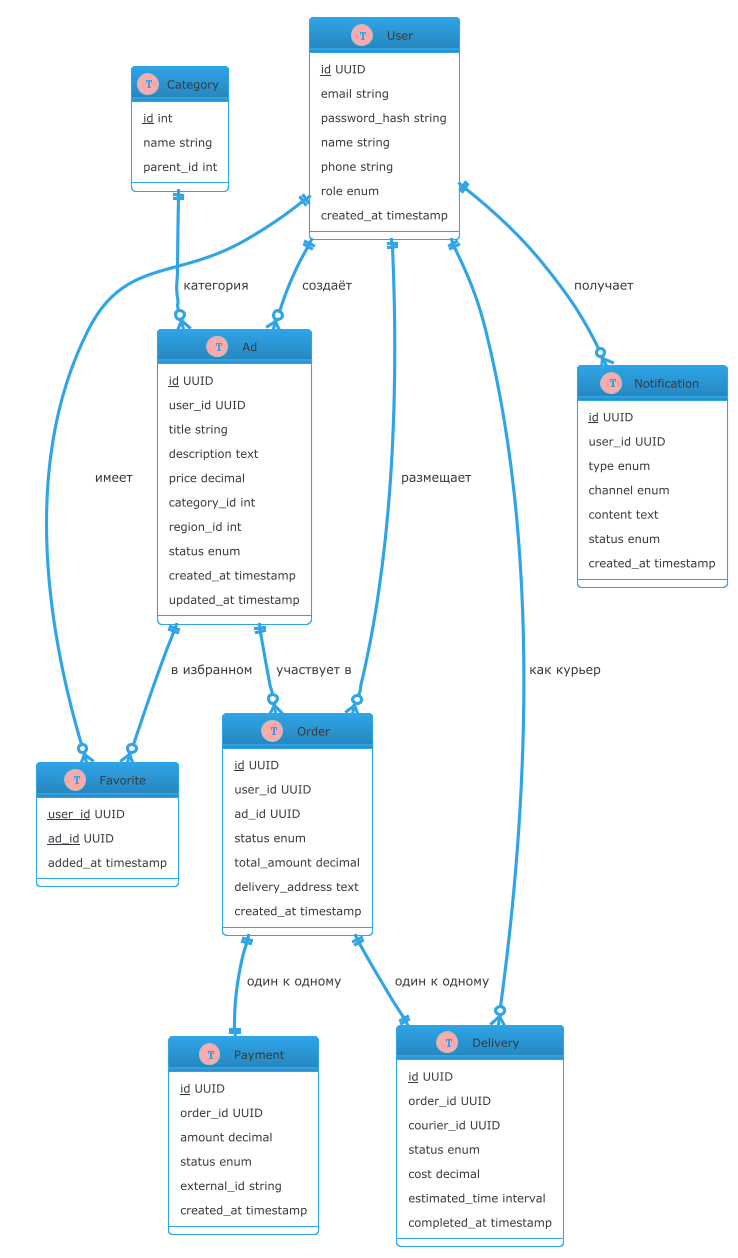
Above: Images/models.png in artstesh/Otus.SystemDesign (PlantUML), before the change. Its diagram source:
```plantuml
@startuml
!theme cerulean-outline
<style>
  document {
    BackGroundColor #fff
  }
</style>
!define table(x) class x << (T,#FFAAAA) >>
!define key(x) <u>x</u>

table(User) {
  key(id) UUID
  email string
  password_hash string
  name string
  phone string
  role enum
  created_at timestamp
}

table(Ad) {
  key(id) UUID
  user_id UUID
  title string
  description text
  price decimal
  category_id int
  region_id int
  status enum
  created_at timestamp
  updated_at timestamp
}

table(Category) {
  key(id) int
  name string
  parent_id int
}

table(Favorite) {
  key(user_id) UUID
  key(ad_id) UUID
  added_at timestamp
}

table(Order) {
  key(id) UUID
  user_id UUID
  ad_id UUID
  status enum
  total_amount decimal
  delivery_address text
  created_at timestamp
}

table(Payment) {
  key(id) UUID
  order_id UUID
  amount decimal
  status enum
  external_id string
  created_at timestamp
}

table(Delivery) {
  key(id) UUID
  order_id UUID
  courier_id UUID
  status enum
  cost decimal
  estimated_time interval
  completed_at timestamp
}

table(Notification) {
  key(id) UUID
  user_id UUID
  type enum
  channel enum
  content text
  status enum
  created_at timestamp
}

User ||--o{ Ad : "создаёт"
User ||--o{ Order : "размещает"
User ||--o{ Favorite : "имеет"
Ad ||--o{ Favorite : "в избранном"
Ad ||--o{ Order : "участвует в"
Category ||--o{ Ad : "категория"
Order ||--|| Payment : "один к одному"
Order ||--|| Delivery : "один к одному"
User ||--o{ Notification : "получает"
User ||--o{ Delivery : "как курьер"
@enduml
```
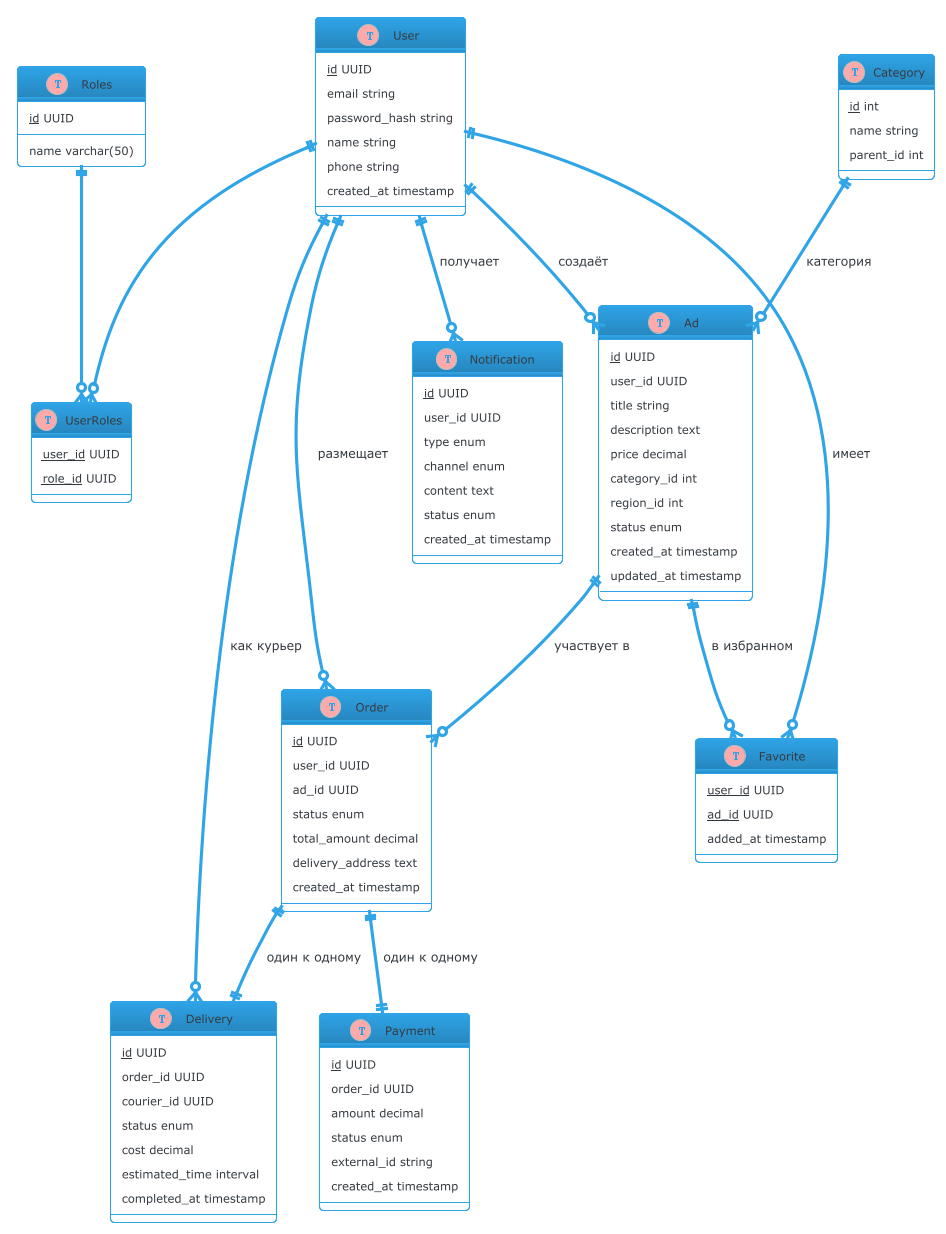
After the change.

Commit message:
Add orchestration saga diagram, refine models and architecture schematics, and update observability/incident response docs

What changed in the source:
```diff
@@ -14,8 +14,17 @@
   password_hash string
   name string
   phone string
-  role enum
   created_at timestamp
+}
+
+table(Roles) {
+  key(id) UUID
+  name varchar(50)
+}
+
+table(UserRoles) {
+  key(user_id) UUID
+  key(role_id) UUID
 }
 
 table(Ad) {
@@ -92,4 +101,6 @@
 Order ||--|| Delivery : "один к одному"
 User ||--o{ Notification : "получает"
 User ||--o{ Delivery : "как курьер"
+User ||--o{ UserRoles
+Roles ||--o{ UserRoles
 @enduml
```
